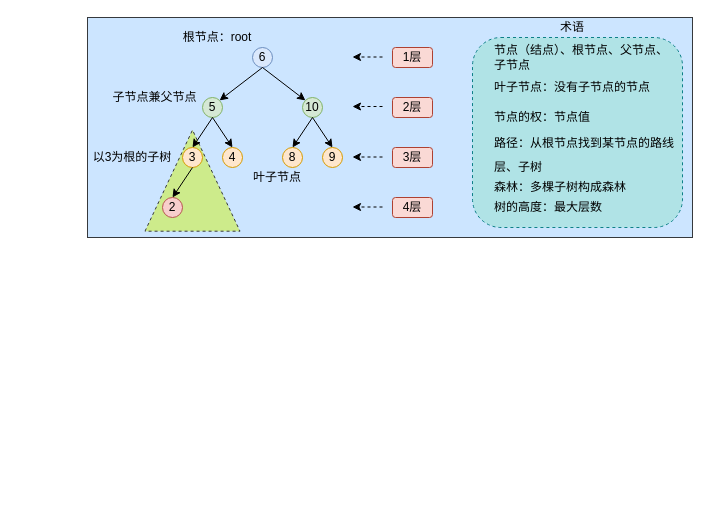
This is ComputerScienceBase/DataStructureAndAlgorithm/img/二叉树.drawio from LSL-sanqiumu/learning_notes, a draw.io file, before an edit. Source tidied: cells renumbered, new cells numbered last; positions are measured from the earlier drawing's top-left corner, leaving out a move shared by most shapes. Both pictures are drawn from the tidied source at 100%, with x=0, y=0 at pixel (87, 17).
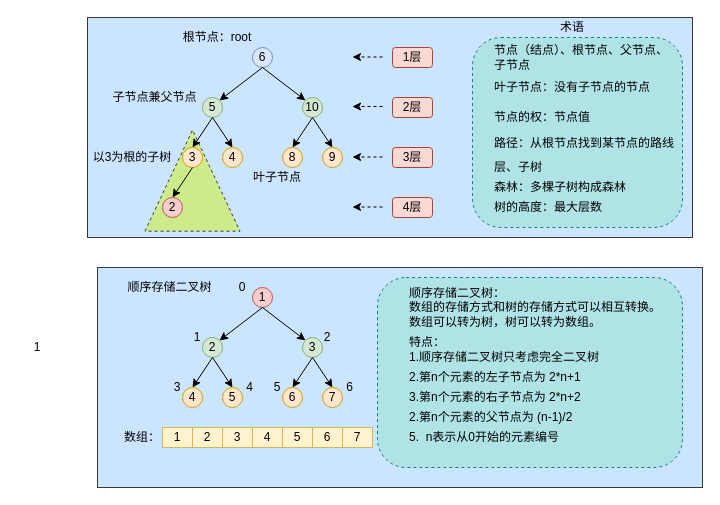
The same diagram, later.

Change to the diagram source:
```diff
@@
+    <mxCell id="40" style="rounded=0;whiteSpace=wrap;html=1;fillColor=#cce5ff;strokeColor=#36393d;" parent="1" vertex="1">
+      <mxGeometry x="10" y="250" width="605" height="220" as="geometry" />
+    </mxCell>
+    <mxCell id="41" style="rounded=1;whiteSpace=wrap;html=1;dashed=1;fillColor=#b0e3e6;strokeColor=#0e8088;" parent="1" vertex="1">
+      <mxGeometry x="290" y="260" width="305" height="190" as="geometry" />
+    </mxCell>
+    <mxCell id="42" value="1" style="ellipse;whiteSpace=wrap;html=1;fillColor=#f8cecc;strokeColor=#b85450;" parent="1" vertex="1">
+      <mxGeometry x="165" y="270" width="20" height="20" as="geometry" />
+    </mxCell>
+    <mxCell id="43" value="5" style="ellipse;whiteSpace=wrap;html=1;fillColor=#ffe6cc;strokeColor=#d79b00;" parent="1" vertex="1">
+      <mxGeometry x="135" y="370" width="20" height="20" as="geometry" />
+    </mxCell>
+    <mxCell id="44" value="3" style="ellipse;whiteSpace=wrap;html=1;fillColor=#d5e8d4;strokeColor=#82b366;" parent="1" vertex="1">
+      <mxGeometry x="215" y="320" width="20" height="20" as="geometry" />
+    </mxCell>
+    <mxCell id="45" value="4" style="ellipse;whiteSpace=wrap;html=1;fillColor=#ffe6cc;strokeColor=#d79b00;" parent="1" vertex="1">
+      <mxGeometry x="95" y="370" width="20" height="20" as="geometry" />
+    </mxCell>
+    <mxCell id="46" value="2" style="ellipse;whiteSpace=wrap;html=1;fillColor=#d5e8d4;strokeColor=#82b366;" parent="1" vertex="1">
+      <mxGeometry x="115" y="320" width="20" height="20" as="geometry" />
+    </mxCell>
+    <mxCell id="47" style="endArrow=classic;html=1;entryX=1;entryY=0;entryDx=0;entryDy=0;exitX=0.5;exitY=1;exitDx=0;exitDy=0;" parent="1" edge="1" source="42" target="46">
+      <mxGeometry relative="1" as="geometry" />
+    </mxCell>
+    <mxCell id="48" style="endArrow=classic;html=1;entryX=0;entryY=0;entryDx=0;entryDy=0;exitX=0.5;exitY=1;exitDx=0;exitDy=0;" parent="1" edge="1" source="42" target="44">
+      <mxGeometry relative="1" as="geometry" />
+    </mxCell>
+    <mxCell id="49" style="endArrow=classic;html=1;" parent="1" edge="1">
+      <mxGeometry relative="1" as="geometry">
+        <mxPoint x="125" y="340" as="sourcePoint" />
+        <mxPoint x="105" y="370" as="targetPoint" />
+      </mxGeometry>
+    </mxCell>
+    <mxCell id="50" style="endArrow=classic;html=1;" parent="1" edge="1">
+      <mxGeometry relative="1" as="geometry">
+        <mxPoint x="125" y="340" as="sourcePoint" />
+        <mxPoint x="145" y="370" as="targetPoint" />
+      </mxGeometry>
+    </mxCell>
+    <mxCell id="51" value="7" style="ellipse;whiteSpace=wrap;html=1;fillColor=#ffe6cc;strokeColor=#d79b00;" parent="1" vertex="1">
+      <mxGeometry x="235" y="370" width="20" height="20" as="geometry" />
+    </mxCell>
+    <mxCell id="52" value="6" style="ellipse;whiteSpace=wrap;html=1;fillColor=#ffe6cc;strokeColor=#d79b00;" parent="1" vertex="1">
+      <mxGeometry x="195" y="370" width="20" height="20" as="geometry" />
+    </mxCell>
+    <mxCell id="53" style="endArrow=classic;html=1;" parent="1" edge="1">
+      <mxGeometry relative="1" as="geometry">
+        <mxPoint x="225" y="340" as="sourcePoint" />
+        <mxPoint x="205" y="370" as="targetPoint" />
+      </mxGeometry>
+    </mxCell>
+    <mxCell id="54" style="endArrow=classic;html=1;" parent="1" edge="1">
+      <mxGeometry relative="1" as="geometry">
+        <mxPoint x="225" y="340" as="sourcePoint" />
+        <mxPoint x="245" y="370" as="targetPoint" />
+      </mxGeometry>
+    </mxCell>
+    <mxCell id="55" value="顺序存储二叉树：&lt;br&gt;数组的存储方式和树的存储方式可以相互转换。&lt;br&gt;数组可以转为树，树可以转为数组。" style="text;html=1;strokeColor=none;fillColor=none;align=left;verticalAlign=middle;whiteSpace=wrap;rounded=0;dashed=1;" parent="1" vertex="1">
+      <mxGeometry x="320" y="280" width="260" height="20" as="geometry" />
+    </mxCell>
+    <mxCell id="56" value="1.顺序存储二叉树只考虑完全二叉树" style="text;html=1;strokeColor=none;fillColor=none;align=left;verticalAlign=middle;whiteSpace=wrap;rounded=0;dashed=1;" parent="1" vertex="1">
+      <mxGeometry x="320" y="330" width="200" height="20" as="geometry" />
+    </mxCell>
+    <mxCell id="57" value="2.第n个元素的左子节点为 2*n+1" style="text;html=1;strokeColor=none;fillColor=none;align=left;verticalAlign=middle;whiteSpace=wrap;rounded=0;dashed=1;" parent="1" vertex="1">
+      <mxGeometry x="320" y="350" width="190" height="20" as="geometry" />
+    </mxCell>
+    <mxCell id="58" value="3.第n个元素的右子节点为 2*n+2" style="text;html=1;strokeColor=none;fillColor=none;align=left;verticalAlign=middle;whiteSpace=wrap;rounded=0;dashed=1;" parent="1" vertex="1">
+      <mxGeometry x="320" y="370" width="180" height="20" as="geometry" />
+    </mxCell>
+    <mxCell id="59" value="2.第n个元素的父节点为 (n-1)/2" style="text;html=1;strokeColor=none;fillColor=none;align=left;verticalAlign=middle;whiteSpace=wrap;rounded=0;dashed=1;" parent="1" vertex="1">
+      <mxGeometry x="320" y="390" width="180" height="20" as="geometry" />
+    </mxCell>
+    <mxCell id="60" value="5.&amp;nbsp; n表示从0开始的元素编号" style="text;html=1;strokeColor=none;fillColor=none;align=left;verticalAlign=middle;whiteSpace=wrap;rounded=0;dashed=1;" parent="1" vertex="1">
+      <mxGeometry x="320" y="410" width="180" height="20" as="geometry" />
+    </mxCell>
+    <mxCell id="61" value="2" style="rounded=0;whiteSpace=wrap;html=1;fillColor=#fff2cc;strokeColor=#d6b656;" parent="1" vertex="1">
+      <mxGeometry x="105" y="410" width="30" height="20" as="geometry" />
+    </mxCell>
+    <mxCell id="62" value="1" style="rounded=0;whiteSpace=wrap;html=1;fillColor=#fff2cc;strokeColor=#d6b656;" parent="1" vertex="1">
+      <mxGeometry x="75" y="410" width="30" height="20" as="geometry" />
+    </mxCell>
+    <mxCell id="63" value="3" style="rounded=0;whiteSpace=wrap;html=1;fillColor=#fff2cc;strokeColor=#d6b656;" parent="1" vertex="1">
+      <mxGeometry x="135" y="410" width="30" height="20" as="geometry" />
+    </mxCell>
+    <mxCell id="64" value="4" style="rounded=0;whiteSpace=wrap;html=1;fillColor=#fff2cc;strokeColor=#d6b656;" parent="1" vertex="1">
+      <mxGeometry x="165" y="410" width="30" height="20" as="geometry" />
+    </mxCell>
+    <mxCell id="65" value="5" style="rounded=0;whiteSpace=wrap;html=1;fillColor=#fff2cc;strokeColor=#d6b656;" parent="1" vertex="1">
+      <mxGeometry x="195" y="410" width="30" height="20" as="geometry" />
+    </mxCell>
+    <mxCell id="66" value="6" style="rounded=0;whiteSpace=wrap;html=1;fillColor=#fff2cc;strokeColor=#d6b656;" parent="1" vertex="1">
+      <mxGeometry x="225" y="410" width="30" height="20" as="geometry" />
+    </mxCell>
+    <mxCell id="67" value="7" style="rounded=0;whiteSpace=wrap;html=1;fillColor=#fff2cc;strokeColor=#d6b656;" parent="1" vertex="1">
+      <mxGeometry x="255" y="410" width="30" height="20" as="geometry" />
+    </mxCell>
+    <mxCell id="68" value="数组：" style="text;html=1;strokeColor=none;fillColor=none;align=center;verticalAlign=middle;whiteSpace=wrap;rounded=0;" parent="1" vertex="1">
+      <mxGeometry x="35" y="410" width="40" height="20" as="geometry" />
+    </mxCell>
+    <mxCell id="69" value="顺序存储二叉树" style="text;html=1;strokeColor=none;fillColor=none;align=center;verticalAlign=middle;whiteSpace=wrap;rounded=0;" parent="1" vertex="1">
+      <mxGeometry x="35" y="260" width="95" height="20" as="geometry" />
+    </mxCell>
+    <mxCell id="70" value="0" style="text;html=1;strokeColor=none;fillColor=none;align=center;verticalAlign=middle;whiteSpace=wrap;rounded=0;" parent="1" vertex="1">
+      <mxGeometry x="135" y="260" width="40" height="20" as="geometry" />
+    </mxCell>
+    <mxCell id="71" value="1" style="text;html=1;strokeColor=none;fillColor=none;align=center;verticalAlign=middle;whiteSpace=wrap;rounded=0;" parent="1" vertex="1">
+      <mxGeometry x="90" y="310" width="40" height="20" as="geometry" />
+    </mxCell>
+    <mxCell id="72" value="1" style="text;html=1;strokeColor=none;fillColor=none;align=center;verticalAlign=middle;whiteSpace=wrap;rounded=0;" parent="1" vertex="1">
+      <mxGeometry x="-70" y="320" width="40" height="20" as="geometry" />
+    </mxCell>
+    <mxCell id="73" value="2" style="text;html=1;strokeColor=none;fillColor=none;align=center;verticalAlign=middle;whiteSpace=wrap;rounded=0;" parent="1" vertex="1">
+      <mxGeometry x="220" y="310" width="40" height="20" as="geometry" />
+    </mxCell>
+    <mxCell id="74" value="6" style="text;html=1;strokeColor=none;fillColor=none;align=center;verticalAlign=middle;whiteSpace=wrap;rounded=0;" parent="1" vertex="1">
+      <mxGeometry x="250" y="360" width="25" height="20" as="geometry" />
+    </mxCell>
+    <mxCell id="75" value="5" style="text;html=1;strokeColor=none;fillColor=none;align=center;verticalAlign=middle;whiteSpace=wrap;rounded=0;" parent="1" vertex="1">
+      <mxGeometry x="170" y="360" width="40" height="20" as="geometry" />
+    </mxCell>
+    <mxCell id="76" value="4" style="text;html=1;strokeColor=none;fillColor=none;align=center;verticalAlign=middle;whiteSpace=wrap;rounded=0;" parent="1" vertex="1">
+      <mxGeometry x="150" y="360" width="25" height="20" as="geometry" />
+    </mxCell>
+    <mxCell id="77" value="3" style="text;html=1;strokeColor=none;fillColor=none;align=center;verticalAlign=middle;whiteSpace=wrap;rounded=0;" parent="1" vertex="1">
+      <mxGeometry x="75" y="365" width="30" height="10" as="geometry" />
+    </mxCell>
+    <mxCell id="78" value="特点：" style="text;html=1;strokeColor=none;fillColor=none;align=left;verticalAlign=middle;whiteSpace=wrap;rounded=0;" parent="1" vertex="1">
+      <mxGeometry x="320" y="320" width="40" height="10" as="geometry" />
+    </mxCell>
```
